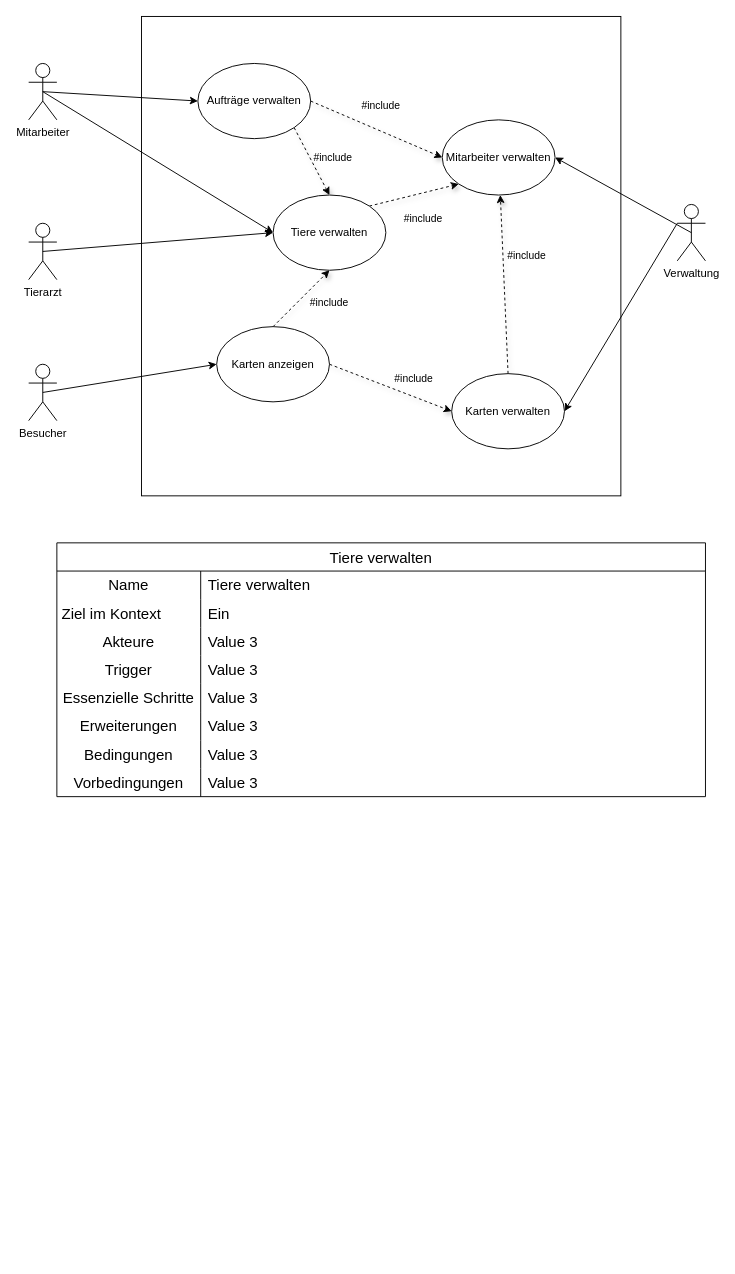
Earlier version of the draw.io diagram files/Software Engineering/aufgaben/ElementorientierterAnsatzZooverwaltung.drawio (Fabiann2205/DHBW-Semester3). Source tidied: cells renumbered, new cells numbered last; positions are measured from the earlier drawing's top-left corner, leaving out a move shared by most shapes. Both pictures are drawn from the tidied source at 94%, with x=0, y=0 at pixel (28, 16).
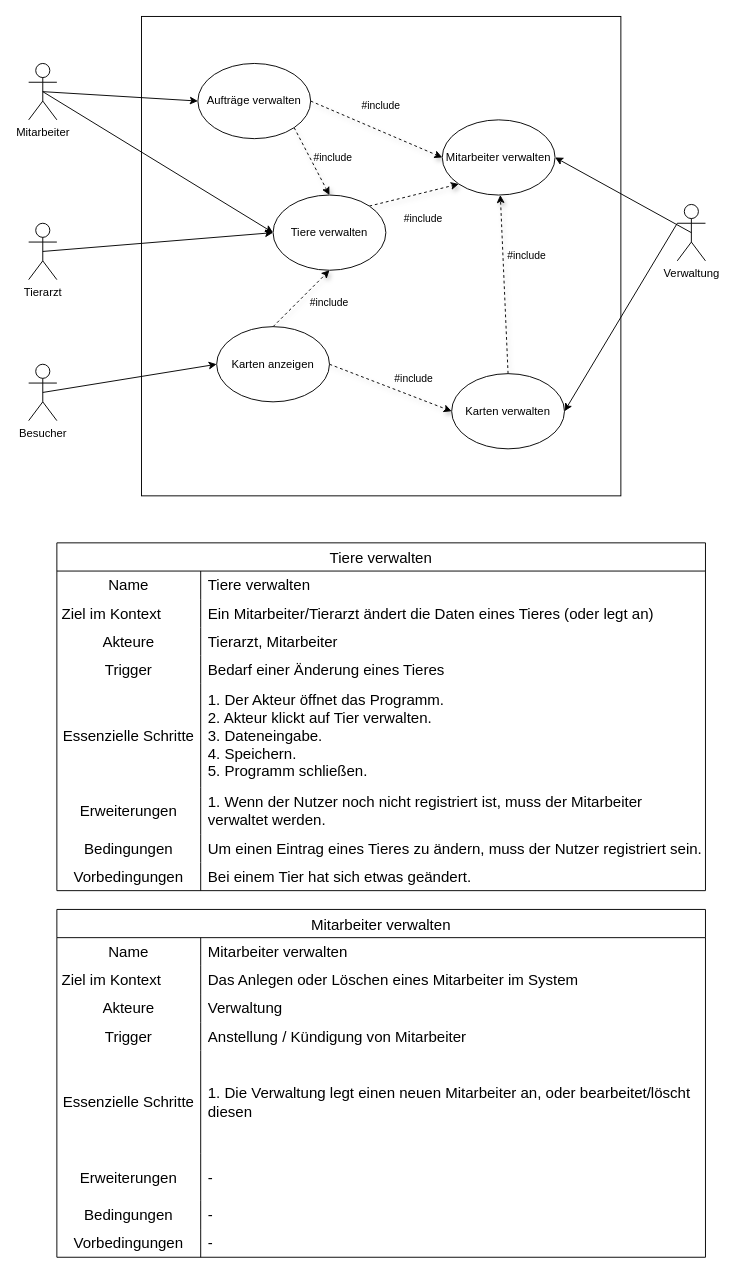
The same diagram, later.

Unchanged cells that the change refers to:
```xml
<mxCell id="34" style="shape=tableRow;horizontal=0;startSize=0;swimlaneHead=0;swimlaneBody=0;top=0;left=0;bottom=0;right=0;fillColor=none;strokeColor=inherit;fontSize=16;" parent="30" vertex="1">
  <mxGeometry y="60" width="690" height="30" as="geometry" />
</mxCell>
<mxCell id="37" style="shape=tableRow;horizontal=0;startSize=0;swimlaneHead=0;swimlaneBody=0;top=0;left=0;bottom=0;right=0;fillColor=none;strokeColor=inherit;fontSize=16;" parent="30" vertex="1">
  <mxGeometry y="90" width="690" height="30" as="geometry" />
</mxCell>
<mxCell id="40" style="shape=tableRow;horizontal=0;startSize=0;swimlaneHead=0;swimlaneBody=0;top=0;left=0;bottom=0;right=0;fillColor=none;strokeColor=inherit;fontSize=16;" parent="30" vertex="1">
  <mxGeometry y="120" width="690" height="30" as="geometry" />
</mxCell>
```

Change to the diagram source:
```diff
@@
     <mxCell id="30" value="Tiere verwalten" style="shape=table;startSize=30;childLayout=tableLayout;rowLines=0;fontStyle=0;strokeColor=default;fontSize=16;" parent="1" vertex="1">
-      <mxGeometry x="30" y="560" width="690" height="270" as="geometry" />
+      <mxGeometry x="30" y="560" width="690" height="370" as="geometry" />
     </mxCell>
@@
-    <mxCell id="36" value="Ein&amp;nbsp;" style="shape=partialRectangle;html=1;whiteSpace=wrap;fillColor=none;top=0;left=0;bottom=0;right=0;align=left;spacingLeft=6;overflow=hidden;strokeColor=inherit;fontSize=16;" parent="34" vertex="1">
+    <mxCell id="36" value="Ein Mitarbeiter/Tierarzt ändert die Daten eines Tieres (oder legt an)" style="shape=partialRectangle;html=1;whiteSpace=wrap;fillColor=none;top=0;left=0;bottom=0;right=0;align=left;spacingLeft=6;overflow=hidden;strokeColor=inherit;fontSize=16;" parent="34" vertex="1">
       <mxGeometry x="153" width="537" height="30" as="geometry" />
     </mxCell>
@@
-    <mxCell id="39" value="Value 3" style="shape=partialRectangle;html=1;whiteSpace=wrap;fillColor=none;top=0;left=0;bottom=0;right=0;align=left;spacingLeft=6;overflow=hidden;strokeColor=inherit;fontSize=16;" parent="37" vertex="1">
+    <mxCell id="39" value="Tierarzt, Mitarbeiter" style="shape=partialRectangle;html=1;whiteSpace=wrap;fillColor=none;top=0;left=0;bottom=0;right=0;align=left;spacingLeft=6;overflow=hidden;strokeColor=inherit;fontSize=16;" parent="37" vertex="1">
       <mxGeometry x="153" width="537" height="30" as="geometry" />
     </mxCell>
@@
-    <mxCell id="42" value="Value 3" style="shape=partialRectangle;html=1;whiteSpace=wrap;fillColor=none;top=0;left=0;bottom=0;right=0;align=left;spacingLeft=6;overflow=hidden;strokeColor=inherit;fontSize=16;" parent="40" vertex="1">
+    <mxCell id="42" value="Bedarf einer Änderung eines Tieres" style="shape=partialRectangle;html=1;whiteSpace=wrap;fillColor=none;top=0;left=0;bottom=0;right=0;align=left;spacingLeft=6;overflow=hidden;strokeColor=inherit;fontSize=16;" parent="40" vertex="1">
       <mxGeometry x="153" width="537" height="30" as="geometry" />
     </mxCell>
     <mxCell id="43" style="shape=tableRow;horizontal=0;startSize=0;swimlaneHead=0;swimlaneBody=0;top=0;left=0;bottom=0;right=0;fillColor=none;strokeColor=inherit;fontSize=16;" parent="30" vertex="1">
-      <mxGeometry y="150" width="690" height="30" as="geometry" />
+      <mxGeometry y="150" width="690" height="110" as="geometry" />
     </mxCell>
     <mxCell id="44" value="Essenzielle Schritte" style="shape=partialRectangle;html=1;whiteSpace=wrap;fillColor=none;top=0;left=0;bottom=0;right=0;overflow=hidden;strokeColor=inherit;fontSize=16;" parent="43" vertex="1">
-      <mxGeometry width="153" height="30" as="geometry" />
+      <mxGeometry width="153" height="110" as="geometry" />
     </mxCell>
-    <mxCell id="45" value="Value 3" style="shape=partialRectangle;html=1;whiteSpace=wrap;fillColor=none;top=0;left=0;bottom=0;right=0;align=left;spacingLeft=6;overflow=hidden;strokeColor=inherit;fontSize=16;" parent="43" vertex="1">
-      <mxGeometry x="153" width="537" height="30" as="geometry" />
+    <mxCell id="45" value="1. Der Akteur öffnet das Programm.&lt;br&gt;2. Akteur klickt auf Tier verwalten.&lt;br&gt;3. Dateneingabe.&lt;br&gt;4. Speichern.&lt;br&gt;5. Programm schließen." style="shape=partialRectangle;html=1;whiteSpace=wrap;fillColor=none;top=0;left=0;bottom=0;right=0;align=left;spacingLeft=6;overflow=hidden;strokeColor=inherit;fontSize=16;" parent="43" vertex="1">
+      <mxGeometry x="153" width="537" height="110" as="geometry" />
     </mxCell>
     <mxCell id="46" style="shape=tableRow;horizontal=0;startSize=0;swimlaneHead=0;swimlaneBody=0;top=0;left=0;bottom=0;right=0;fillColor=none;strokeColor=inherit;fontSize=16;" parent="30" vertex="1">
-      <mxGeometry y="180" width="690" height="30" as="geometry" />
+      <mxGeometry y="260" width="690" height="50" as="geometry" />
     </mxCell>
     <mxCell id="47" value="Erweiterungen" style="shape=partialRectangle;html=1;whiteSpace=wrap;fillColor=none;top=0;left=0;bottom=0;right=0;overflow=hidden;strokeColor=inherit;fontSize=16;" parent="46" vertex="1">
-      <mxGeometry width="153" height="30" as="geometry" />
+      <mxGeometry width="153" height="50" as="geometry" />
     </mxCell>
-    <mxCell id="48" value="Value 3" style="shape=partialRectangle;html=1;whiteSpace=wrap;fillColor=none;top=0;left=0;bottom=0;right=0;align=left;spacingLeft=6;overflow=hidden;strokeColor=inherit;fontSize=16;" parent="46" vertex="1">
-      <mxGeometry x="153" width="537" height="30" as="geometry" />
+    <mxCell id="48" value="1. Wenn der Nutzer noch nicht registriert ist, muss der Mitarbeiter verwaltet werden." style="shape=partialRectangle;html=1;whiteSpace=wrap;fillColor=none;top=0;left=0;bottom=0;right=0;align=left;spacingLeft=6;overflow=hidden;strokeColor=inherit;fontSize=16;" parent="46" vertex="1">
+      <mxGeometry x="153" width="537" height="50" as="geometry" />
     </mxCell>
     <mxCell id="49" style="shape=tableRow;horizontal=0;startSize=0;swimlaneHead=0;swimlaneBody=0;top=0;left=0;bottom=0;right=0;fillColor=none;strokeColor=inherit;fontSize=16;" parent="30" vertex="1">
-      <mxGeometry y="210" width="690" height="30" as="geometry" />
+      <mxGeometry y="310" width="690" height="30" as="geometry" />
     </mxCell>
@@
-    <mxCell id="51" value="Value 3" style="shape=partialRectangle;html=1;whiteSpace=wrap;fillColor=none;top=0;left=0;bottom=0;right=0;align=left;spacingLeft=6;overflow=hidden;strokeColor=inherit;fontSize=16;" parent="49" vertex="1">
+    <mxCell id="51" value="Um einen Eintrag eines Tieres zu ändern, muss der Nutzer registriert sein." style="shape=partialRectangle;html=1;whiteSpace=wrap;fillColor=none;top=0;left=0;bottom=0;right=0;align=left;spacingLeft=6;overflow=hidden;strokeColor=inherit;fontSize=16;" parent="49" vertex="1">
       <mxGeometry x="153" width="537" height="30" as="geometry" />
     </mxCell>
     <mxCell id="52" style="shape=tableRow;horizontal=0;startSize=0;swimlaneHead=0;swimlaneBody=0;top=0;left=0;bottom=0;right=0;fillColor=none;strokeColor=inherit;fontSize=16;" parent="30" vertex="1">
-      <mxGeometry y="240" width="690" height="30" as="geometry" />
+      <mxGeometry y="340" width="690" height="30" as="geometry" />
     </mxCell>
@@
-    <mxCell id="54" value="Value 3" style="shape=partialRectangle;html=1;whiteSpace=wrap;fillColor=none;top=0;left=0;bottom=0;right=0;align=left;spacingLeft=6;overflow=hidden;strokeColor=inherit;fontSize=16;" parent="52" vertex="1">
+    <mxCell id="54" value="Bei einem Tier hat sich etwas geändert." style="shape=partialRectangle;html=1;whiteSpace=wrap;fillColor=none;top=0;left=0;bottom=0;right=0;align=left;spacingLeft=6;overflow=hidden;strokeColor=inherit;fontSize=16;" parent="52" vertex="1">
       <mxGeometry x="153" width="537" height="30" as="geometry" />
     </mxCell>
+    <mxCell id="55" value="Mitarbeiter verwalten" style="shape=table;startSize=30;childLayout=tableLayout;rowLines=0;fontStyle=0;strokeColor=default;fontSize=16;" parent="1" vertex="1">
+      <mxGeometry x="30" y="950" width="690" height="370" as="geometry" />
+    </mxCell>
+    <mxCell id="56" style="shape=tableRow;horizontal=0;startSize=0;swimlaneHead=0;swimlaneBody=0;top=0;left=0;bottom=0;right=0;fillColor=none;strokeColor=inherit;fontSize=16;" parent="55" vertex="1">
+      <mxGeometry y="30" width="690" height="30" as="geometry" />
+    </mxCell>
+    <mxCell id="57" value="Name" style="shape=partialRectangle;html=1;whiteSpace=wrap;fillColor=none;top=0;left=0;bottom=0;right=0;overflow=hidden;strokeColor=inherit;fontSize=16;" parent="56" vertex="1">
+      <mxGeometry width="153" height="30" as="geometry" />
+    </mxCell>
+    <mxCell id="58" value="Mitarbeiter verwalten" style="shape=partialRectangle;html=1;whiteSpace=wrap;fillColor=none;top=0;left=0;bottom=0;right=0;align=left;spacingLeft=6;overflow=hidden;strokeColor=inherit;fontSize=16;" parent="56" vertex="1">
+      <mxGeometry x="153" width="537" height="30" as="geometry" />
+    </mxCell>
+    <mxCell id="59" style="shape=tableRow;horizontal=0;startSize=0;swimlaneHead=0;swimlaneBody=0;top=0;left=0;bottom=0;right=0;fillColor=none;strokeColor=inherit;fontSize=16;" parent="55" vertex="1">
+      <mxGeometry y="60" width="690" height="30" as="geometry" />
+    </mxCell>
+    <mxCell id="60" value="Ziel im Kontext&lt;span style=&quot;white-space: pre;&quot;&gt;&#9;&lt;/span&gt;" style="shape=partialRectangle;html=1;whiteSpace=wrap;fillColor=none;top=0;left=0;bottom=0;right=0;overflow=hidden;strokeColor=inherit;fontSize=16;" parent="59" vertex="1">
+      <mxGeometry width="153" height="30" as="geometry" />
+    </mxCell>
+    <mxCell id="61" value="Das Anlegen oder Löschen eines Mitarbeiter im System" style="shape=partialRectangle;html=1;whiteSpace=wrap;fillColor=none;top=0;left=0;bottom=0;right=0;align=left;spacingLeft=6;overflow=hidden;strokeColor=inherit;fontSize=16;fontStyle=0;" parent="59" vertex="1">
+      <mxGeometry x="153" width="537" height="30" as="geometry" />
+    </mxCell>
+    <mxCell id="62" style="shape=tableRow;horizontal=0;startSize=0;swimlaneHead=0;swimlaneBody=0;top=0;left=0;bottom=0;right=0;fillColor=none;strokeColor=inherit;fontSize=16;" parent="55" vertex="1">
+      <mxGeometry y="90" width="690" height="30" as="geometry" />
+    </mxCell>
+    <mxCell id="63" value="Akteure" style="shape=partialRectangle;html=1;whiteSpace=wrap;fillColor=none;top=0;left=0;bottom=0;right=0;overflow=hidden;strokeColor=inherit;fontSize=16;" parent="62" vertex="1">
+      <mxGeometry width="153" height="30" as="geometry" />
+    </mxCell>
+    <mxCell id="64" value="Verwaltung" style="shape=partialRectangle;html=1;whiteSpace=wrap;fillColor=none;top=0;left=0;bottom=0;right=0;align=left;spacingLeft=6;overflow=hidden;strokeColor=inherit;fontSize=16;" parent="62" vertex="1">
+      <mxGeometry x="153" width="537" height="30" as="geometry" />
+    </mxCell>
+    <mxCell id="65" style="shape=tableRow;horizontal=0;startSize=0;swimlaneHead=0;swimlaneBody=0;top=0;left=0;bottom=0;right=0;fillColor=none;strokeColor=inherit;fontSize=16;" parent="55" vertex="1">
+      <mxGeometry y="120" width="690" height="30" as="geometry" />
+    </mxCell>
+    <mxCell id="66" value="Trigger" style="shape=partialRectangle;html=1;whiteSpace=wrap;fillColor=none;top=0;left=0;bottom=0;right=0;overflow=hidden;strokeColor=inherit;fontSize=16;" parent="65" vertex="1">
+      <mxGeometry width="153" height="30" as="geometry" />
+    </mxCell>
+    <mxCell id="67" value="Anstellung / Kündigung von Mitarbeiter" style="shape=partialRectangle;html=1;whiteSpace=wrap;fillColor=none;top=0;left=0;bottom=0;right=0;align=left;spacingLeft=6;overflow=hidden;strokeColor=inherit;fontSize=16;" parent="65" vertex="1">
+      <mxGeometry x="153" width="537" height="30" as="geometry" />
+    </mxCell>
+    <mxCell id="68" style="shape=tableRow;horizontal=0;startSize=0;swimlaneHead=0;swimlaneBody=0;top=0;left=0;bottom=0;right=0;fillColor=none;strokeColor=inherit;fontSize=16;" parent="55" vertex="1">
+      <mxGeometry y="150" width="690" height="110" as="geometry" />
+    </mxCell>
+    <mxCell id="69" value="Essenzielle Schritte" style="shape=partialRectangle;html=1;whiteSpace=wrap;fillColor=none;top=0;left=0;bottom=0;right=0;overflow=hidden;strokeColor=inherit;fontSize=16;" parent="68" vertex="1">
+      <mxGeometry width="153" height="110" as="geometry" />
+    </mxCell>
+    <mxCell id="70" value="1. Die Verwaltung legt einen neuen Mitarbeiter an, oder bearbeitet/löscht diesen" style="shape=partialRectangle;html=1;whiteSpace=wrap;fillColor=none;top=0;left=0;bottom=0;right=0;align=left;spacingLeft=6;overflow=hidden;strokeColor=inherit;fontSize=16;" parent="68" vertex="1">
+      <mxGeometry x="153" width="537" height="110" as="geometry" />
+    </mxCell>
+    <mxCell id="71" style="shape=tableRow;horizontal=0;startSize=0;swimlaneHead=0;swimlaneBody=0;top=0;left=0;bottom=0;right=0;fillColor=none;strokeColor=inherit;fontSize=16;" parent="55" vertex="1">
+      <mxGeometry y="260" width="690" height="50" as="geometry" />
+    </mxCell>
+    <mxCell id="72" value="Erweiterungen" style="shape=partialRectangle;html=1;whiteSpace=wrap;fillColor=none;top=0;left=0;bottom=0;right=0;overflow=hidden;strokeColor=inherit;fontSize=16;" parent="71" vertex="1">
+      <mxGeometry width="153" height="50" as="geometry" />
+    </mxCell>
+    <mxCell id="73" value="-" style="shape=partialRectangle;html=1;whiteSpace=wrap;fillColor=none;top=0;left=0;bottom=0;right=0;align=left;spacingLeft=6;overflow=hidden;strokeColor=inherit;fontSize=16;" parent="71" vertex="1">
+      <mxGeometry x="153" width="537" height="50" as="geometry" />
+    </mxCell>
+    <mxCell id="74" style="shape=tableRow;horizontal=0;startSize=0;swimlaneHead=0;swimlaneBody=0;top=0;left=0;bottom=0;right=0;fillColor=none;strokeColor=inherit;fontSize=16;" parent="55" vertex="1">
+      <mxGeometry y="310" width="690" height="30" as="geometry" />
+    </mxCell>
+    <mxCell id="75" value="Bedingungen" style="shape=partialRectangle;html=1;whiteSpace=wrap;fillColor=none;top=0;left=0;bottom=0;right=0;overflow=hidden;strokeColor=inherit;fontSize=16;" parent="74" vertex="1">
+      <mxGeometry width="153" height="30" as="geometry" />
+    </mxCell>
+    <mxCell id="76" value="-" style="shape=partialRectangle;html=1;whiteSpace=wrap;fillColor=none;top=0;left=0;bottom=0;right=0;align=left;spacingLeft=6;overflow=hidden;strokeColor=inherit;fontSize=16;" parent="74" vertex="1">
+      <mxGeometry x="153" width="537" height="30" as="geometry" />
+    </mxCell>
+    <mxCell id="77" style="shape=tableRow;horizontal=0;startSize=0;swimlaneHead=0;swimlaneBody=0;top=0;left=0;bottom=0;right=0;fillColor=none;strokeColor=inherit;fontSize=16;" parent="55" vertex="1">
+      <mxGeometry y="340" width="690" height="30" as="geometry" />
+    </mxCell>
+    <mxCell id="78" value="Vorbedingungen" style="shape=partialRectangle;html=1;whiteSpace=wrap;fillColor=none;top=0;left=0;bottom=0;right=0;overflow=hidden;strokeColor=inherit;fontSize=16;" parent="77" vertex="1">
+      <mxGeometry width="153" height="30" as="geometry" />
+    </mxCell>
+    <mxCell id="79" value="-" style="shape=partialRectangle;html=1;whiteSpace=wrap;fillColor=none;top=0;left=0;bottom=0;right=0;align=left;spacingLeft=6;overflow=hidden;strokeColor=inherit;fontSize=16;" parent="77" vertex="1">
+      <mxGeometry x="153" width="537" height="30" as="geometry" />
+    </mxCell>
```
